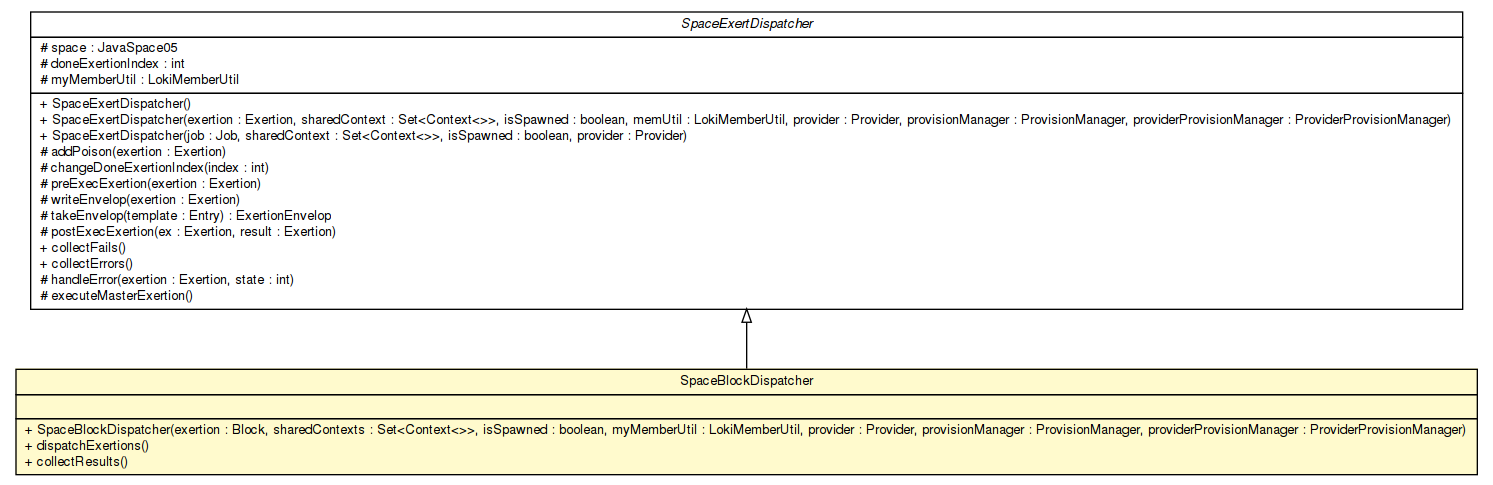
sorcersoft/sorcersoft.github.io keeps this Graphviz diagram as apidocs/sorcer/core/dispatch/SpaceBlockDispatcher.png. Above is the earlier version. Its source is kept beside it as apidocs/sorcer/core/dispatch/SpaceBlockDispatcher.dot.
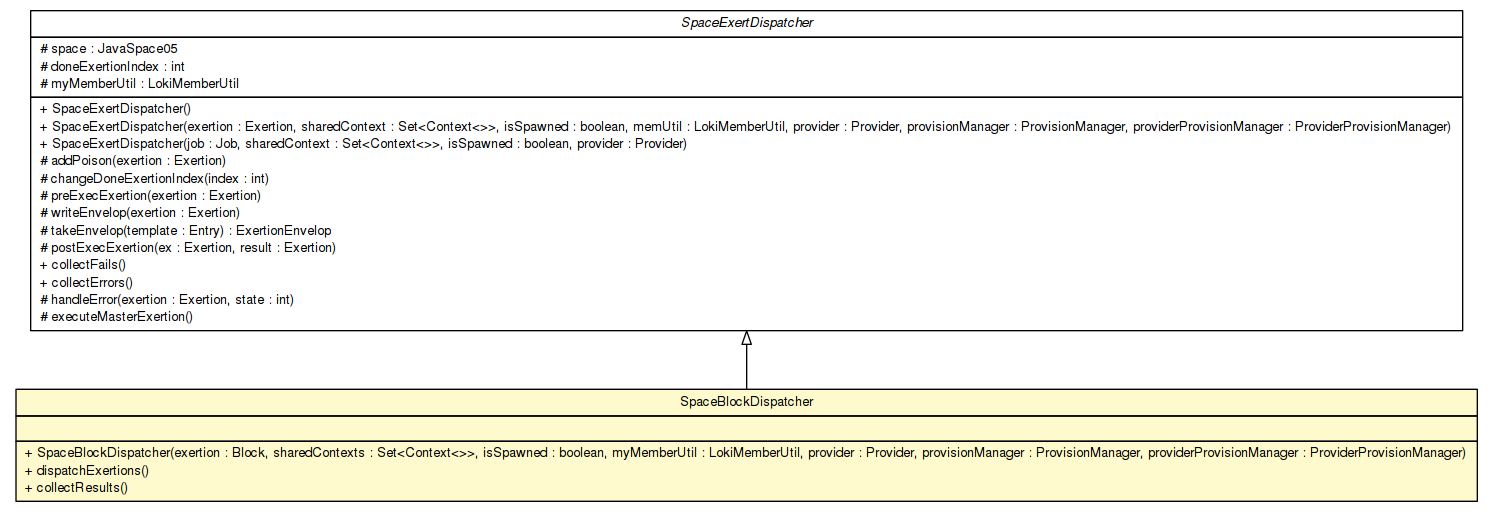
Above is the later version.

The edit, as a diff of the source:
```diff
@@ -4,7 +4,7 @@
 	node [fontname="Helvetica",fontsize=10,shape=plaintext];
 	nodesep=0.25;
 	ranksep=0.5;
-	c464578 [label=<<table title="sorcer.core.dispatch.SpaceExertDispatcher" border="0" cellborder="1" cellspacing="0" cellpadding="2" port="p" href="./SpaceExertDispatcher.html">
+	c530833 [label=<<table title="sorcer.core.dispatch.SpaceExertDispatcher" border="0" cellborder="1" cellspacing="0" cellpadding="2" port="p" href="./SpaceExertDispatcher.html">
 		<tr><td><table border="0" cellspacing="0" cellpadding="1">
 <tr><td align="center" balign="center"><font face="Helvetica-Oblique"> SpaceExertDispatcher </font></td></tr>
 		</table></td></tr>
@@ -29,7 +29,7 @@
 <tr><td align="left" balign="left"> # executeMasterExertion() </td></tr>
 		</table></td></tr>
 		</table>>, URL="./SpaceExertDispatcher.html", fontname="Helvetica", fontcolor="black", fontsize=10.0];
-	c464605 [label=<<table title="sorcer.core.dispatch.SpaceBlockDispatcher" border="0" cellborder="1" cellspacing="0" cellpadding="2" port="p" bgcolor="lemonChiffon" href="./SpaceBlockDispatcher.html">
+	c530858 [label=<<table title="sorcer.core.dispatch.SpaceBlockDispatcher" border="0" cellborder="1" cellspacing="0" cellpadding="2" port="p" bgcolor="lemonChiffon" href="./SpaceBlockDispatcher.html">
 		<tr><td><table border="0" cellspacing="0" cellpadding="1">
 <tr><td align="center" balign="center"> SpaceBlockDispatcher </td></tr>
 		</table></td></tr>
@@ -42,5 +42,5 @@
 <tr><td align="left" balign="left"> + collectResults() </td></tr>
 		</table></td></tr>
 		</table>>, URL="./SpaceBlockDispatcher.html", fontname="Helvetica", fontcolor="black", fontsize=10.0];
-	c464578:p -> c464605:p [dir=back,arrowtail=empty];
+	c530833:p -> c530858:p [dir=back,arrowtail=empty];
 }
```
